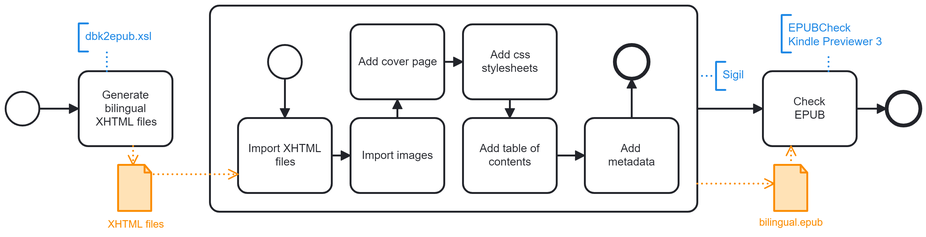
The BPMN diagram 3. Generate EPUB/generateEPUB.png in japotrad/bilingual-ebooks, before a commit. Its source is kept beside it as 3. Generate EPUB/generateEPUB.bpmn. Ids are renumbered.
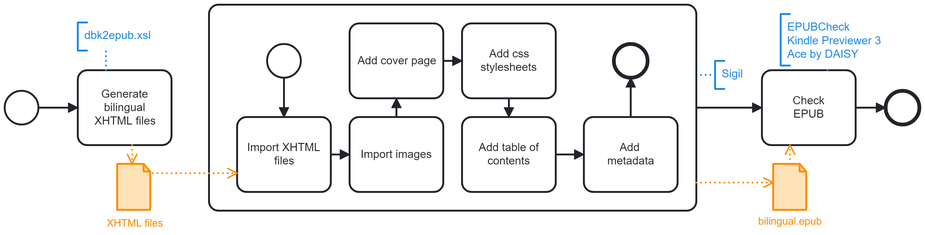
Later version of the same file.

Commit message:
Add Ace by DAISY for epub file checking

What changed in the source:
```diff
@@ -1,4 +1,4 @@
-<bpmn:definitions xmlns:bpmn="http://www.omg.org/spec/BPMN/20100524/MODEL" xmlns:bpmndi="http://www.omg.org/spec/BPMN/20100524/DI" xmlns:dc="http://www.omg.org/spec/DD/20100524/DC" xmlns:di="http://www.omg.org/spec/DD/20100524/DI" xmlns:bioc="http://bpmn.io/schema/bpmn/biocolor/1.0" xmlns:color="http://www.omg.org/spec/BPMN/non-normative/color/1.0" xmlns:modeler="http://camunda.org/schema/modeler/1.0" id="Definitions_n1" targetNamespace="http://bpmn.io/schema/bpmn" exporter="Camunda Modeler" exporterVersion="5.15.1" modeler:executionPlatform="Camunda Cloud" modeler:executionPlatformVersion="8.2.0">
+<bpmn:definitions xmlns:bpmn="http://www.omg.org/spec/BPMN/20100524/MODEL" xmlns:bpmndi="http://www.omg.org/spec/BPMN/20100524/DI" xmlns:dc="http://www.omg.org/spec/DD/20100524/DC" xmlns:di="http://www.omg.org/spec/DD/20100524/DI" xmlns:bioc="http://bpmn.io/schema/bpmn/biocolor/1.0" xmlns:color="http://www.omg.org/spec/BPMN/non-normative/color/1.0" xmlns:modeler="http://camunda.org/schema/modeler/1.0" id="Definitions_n1" targetNamespace="http://bpmn.io/schema/bpmn" exporter="Camunda Modeler" exporterVersion="5.25.0" modeler:executionPlatform="Camunda Cloud" modeler:executionPlatformVersion="8.2.0">
   <bpmn:process id="Process_n2" isExecutable="true">
     <bpmn:startEvent id="Event_n3">
       <bpmn:outgoing>Flow_n4</bpmn:outgoing>
@@ -82,7 +82,8 @@
     <bpmn:association id="Association_n37" sourceRef="Activity_n5" targetRef="TextAnnotation_n36" />
     <bpmn:textAnnotation id="TextAnnotation_n38">
       <bpmn:text>EPUBCheck
-Kindle Previewer 3</bpmn:text>
+Kindle Previewer 3
+Ace by DAISY</bpmn:text>
     </bpmn:textAnnotation>
     <bpmn:association id="Association_n39" sourceRef="Activity_n11" targetRef="TextAnnotation_n38" />
     <bpmn:textAnnotation id="TextAnnotation_n40">
@@ -184,7 +185,7 @@
         <bpmndi:BPMNLabel />
       </bpmndi:BPMNShape>
       <bpmndi:BPMNShape id="TextAnnotation_n38_di" bpmnElement="TextAnnotation_n38" bioc:stroke="#1e88e5" bioc:fill="#bbdefb" color:background-color="#bbdefb" color:border-color="#1e88e5">
-        <dc:Bounds x="980" y="50" width="130" height="40" />
+        <dc:Bounds x="980" y="50" width="129.99131774902344" height="54.99131774902344" />
         <bpmndi:BPMNLabel />
       </bpmndi:BPMNShape>
       <bpmndi:BPMNShape id="TextAnnotation_n40_di" bpmnElement="TextAnnotation_n40" bioc:stroke="#1e88e5" bioc:fill="#bbdefb" color:background-color="#bbdefb" color:border-color="#1e88e5">
@@ -225,7 +226,7 @@
       </bpmndi:BPMNEdge>
       <bpmndi:BPMNEdge id="Association_n39_di" bpmnElement="Association_n39" bioc:stroke="#1e88e5" color:border-color="#1e88e5">
         <di:waypoint x="1030" y="110" />
-        <di:waypoint x="1030" y="90" />
+        <di:waypoint x="1030" y="105" />
       </bpmndi:BPMNEdge>
       <bpmndi:BPMNEdge id="Association_n41_di" bpmnElement="Association_n41" bioc:stroke="#1e88e5" color:border-color="#1e88e5">
         <di:waypoint x="910" y="115" />
```
